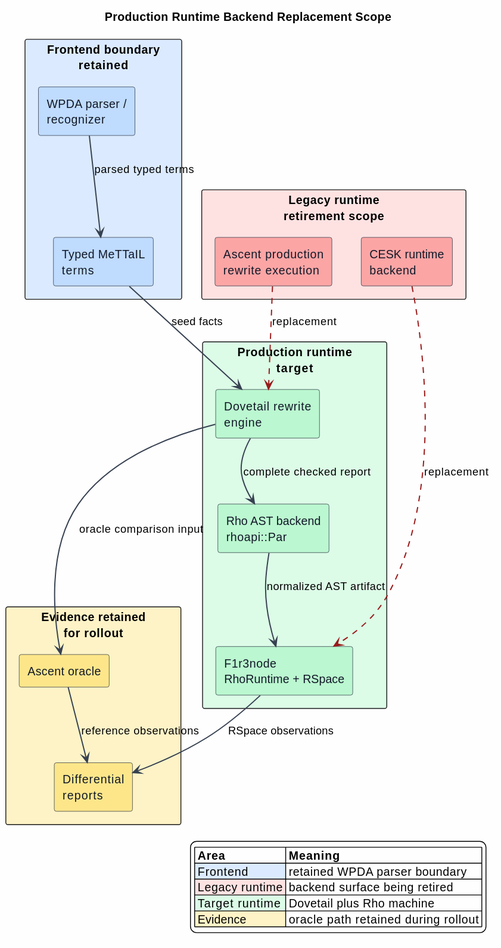
Earlier version of the PlantUML export docs/architecture/rho-native-integration/figures/08-production-runtime-backend-completion.svg (F1R3FLY-io/mettail-rust).
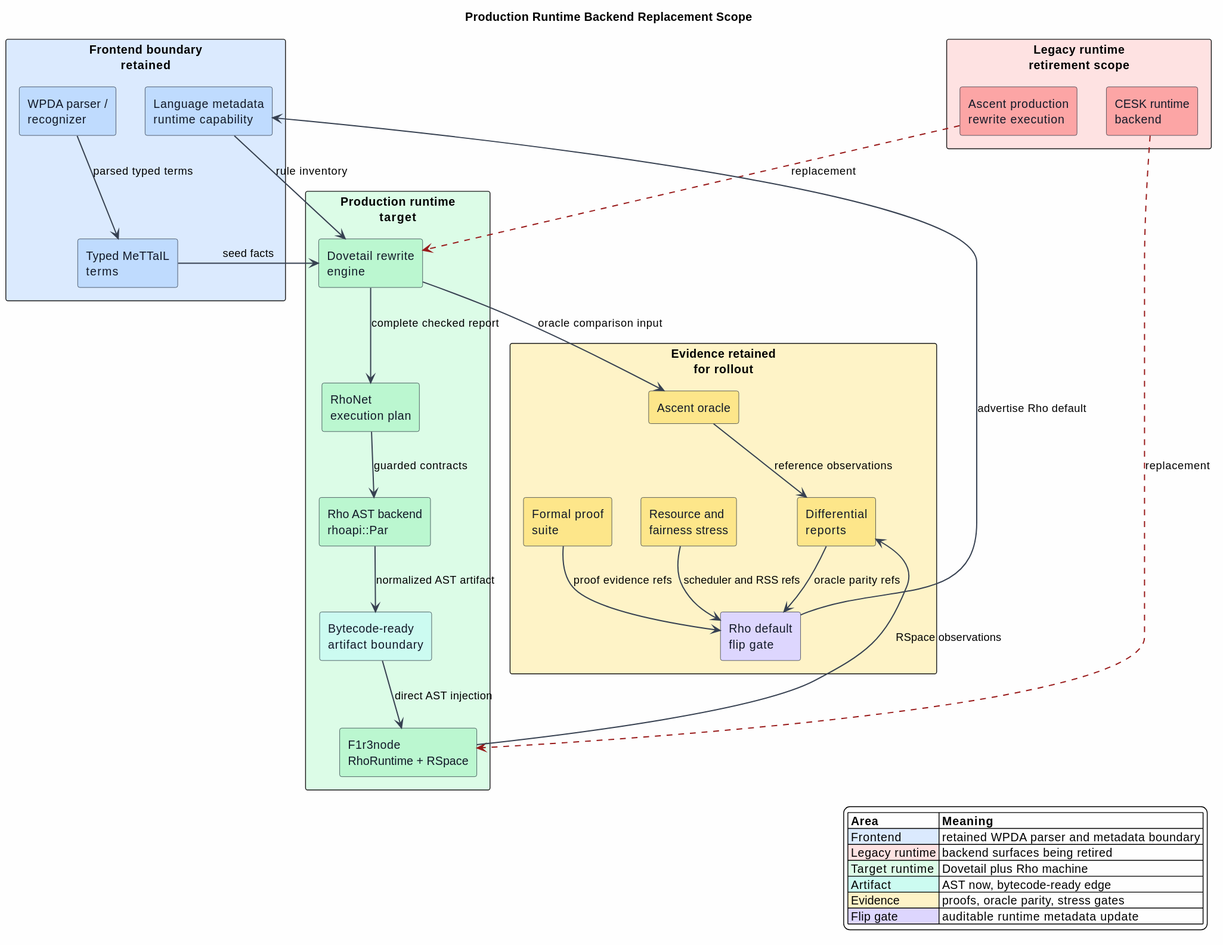
After the change.

The edit, as a diff of the source:
```diff
@@ -14,6 +14,7 @@
 rectangle "Frontend boundary\nretained" as Frontend #DBEAFE {
   component "WPDA parser /\nrecognizer" as WPDA #BFDBFE
   component "Typed MeTTaIL\nterms" as Terms #BFDBFE
+  component "Language metadata\nruntime capability" as Metadata #BFDBFE
 }
 
 rectangle "Legacy runtime\nretirement scope" as Legacy #FEE2E2 {
@@ -23,30 +24,44 @@
 
 rectangle "Production runtime\ntarget" as Target #DCFCE7 {
   component "Dovetail rewrite\nengine" as Dovetail #BBF7D0
+  component "RhoNet\nexecution plan" as RhoNet #BBF7D0
   component "Rho AST backend\nrhoapi::Par" as RhoAst #BBF7D0
+  component "Bytecode-ready\nartifact boundary" as Artifact #CCFBF1
   component "F1r3node\nRhoRuntime + RSpace" as RhoRuntime #BBF7D0
 }
 
 rectangle "Evidence retained\nfor rollout" as Evidence #FEF3C7 {
+  component "Formal proof\nsuite" as Formal #FDE68A
   component "Ascent oracle" as AscentOracle #FDE68A
   component "Differential\nreports" as Diff #FDE68A
+  component "Resource and\nfairness stress" as Stress #FDE68A
+  component "Rho default\nflip gate" as Gate #DDD6FE
 }
 
 WPDA --> Terms : parsed typed terms
 Terms --> Dovetail : seed facts
+Metadata --> Dovetail : rule inventory
 AscentProd -[#991B1B,dashed]-> Dovetail : replacement
 CESK -[#991B1B,dashed]-> RhoRuntime : replacement
-Dovetail --> RhoAst : complete checked report
-RhoAst --> RhoRuntime : normalized AST artifact
+Dovetail --> RhoNet : complete checked report
+RhoNet --> RhoAst : guarded contracts
+RhoAst --> Artifact : normalized AST artifact
+Artifact --> RhoRuntime : direct AST injection
 Dovetail --> AscentOracle : oracle comparison input
 AscentOracle --> Diff : reference observations
 RhoRuntime --> Diff : RSpace observations
+Formal --> Gate : proof evidence refs
+Diff --> Gate : oracle parity refs
+Stress --> Gate : scheduler and RSS refs
+Gate --> Metadata : advertise Rho default
 
 legend right
 |= Area |= Meaning |
-|<#DBEAFE> Frontend | retained WPDA parser boundary |
-|<#FEE2E2> Legacy runtime | backend surface being retired |
+|<#DBEAFE> Frontend | retained WPDA parser and metadata boundary |
+|<#FEE2E2> Legacy runtime | backend surfaces being retired |
 |<#DCFCE7> Target runtime | Dovetail plus Rho machine |
-|<#FEF3C7> Evidence | oracle path retained during rollout |
+|<#CCFBF1> Artifact | AST now, bytecode-ready edge |
+|<#FEF3C7> Evidence | proofs, oracle parity, stress gates |
+|<#DDD6FE> Flip gate | auditable runtime metadata update |
 endlegend
 @enduml
```
